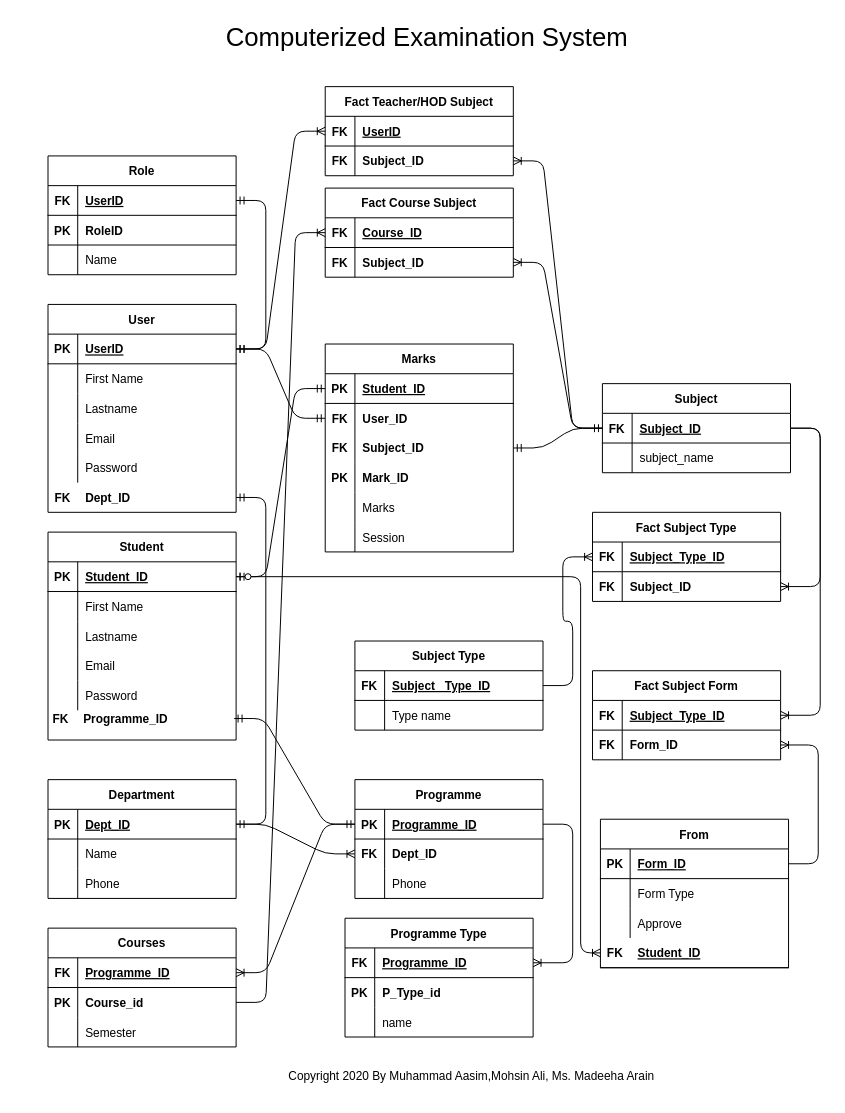
Earlier version of the draw.io diagram Diagrams/ERD.drawio (MohsinAliSoomro/CES). Source tidied: cells renumbered, new cells numbered last; positions are measured from the earlier drawing's top-left corner, leaving out a move shared by most shapes. Both pictures are drawn from the tidied source at 99%, with x=0, y=0 at pixel (46, 17).
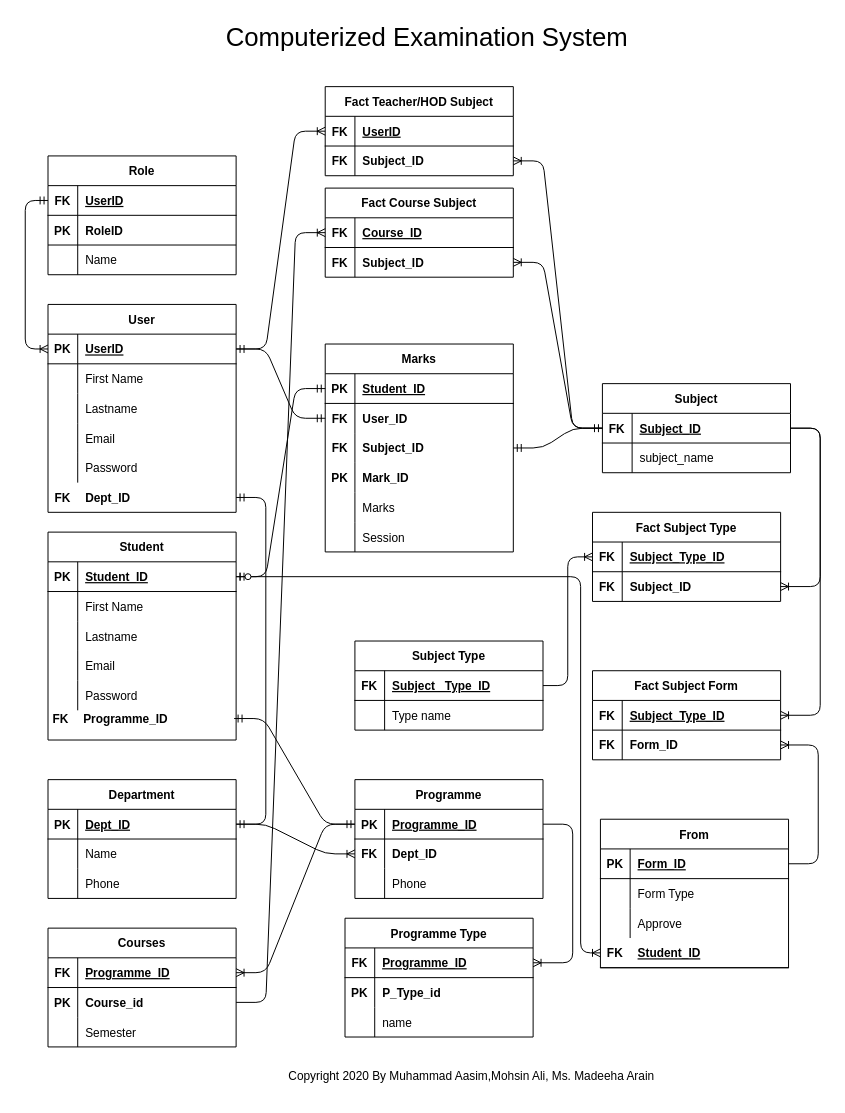
After the change.

Commit message:
Role Reltationship modified

The change refers to these unchanged cells:
```xml
<mxCell id="4" style="shape=partialRectangle;fillColor=none;top=0;left=0;bottom=1;right=0;points=[[0,0.5],[1,0.5]];portConstraint=eastwest;" parent="3" vertex="1">
  <mxGeometry y="30" width="190" height="30" as="geometry" />
</mxCell>
<mxCell id="39" style="shape=partialRectangle;fillColor=none;top=0;left=0;bottom=1;right=0;points=[[0,0.5],[1,0.5]];portConstraint=eastwest;" parent="38" vertex="1">
  <mxGeometry y="30" width="190" height="30" as="geometry" />
</mxCell>
<mxCell id="106" style="shape=partialRectangle;fillColor=none;top=0;left=0;bottom=1;right=0;points=[[0,0.5],[1,0.5]];portConstraint=eastwest;" parent="105" vertex="1">
  <mxGeometry y="30" width="190" height="30" as="geometry" />
</mxCell>
<mxCell id="113" style="shape=partialRectangle;fillColor=none;top=0;left=0;bottom=1;right=0;points=[[0,0.5],[1,0.5]];portConstraint=eastwest;" parent="112" vertex="1">
  <mxGeometry y="30" width="190" height="30" as="geometry" />
</mxCell>
```

Diff of the diagram source:
```diff
@@
-    <mxCell id="14" style="edgeStyle=entityRelationEdgeStyle;fontSize=12;html=1;endArrow=ERmandOne;startArrow=ERmandOne;" parent="1" edge="1" source="39" target="4">
-      <mxGeometry relative="1" as="geometry" />
-    </mxCell>
@@
-    <mxCell id="120" style="edgeStyle=entityRelationEdgeStyle;fontSize=12;html=1;endArrow=ERoneToMany;" parent="1" edge="1" source="106" target="113">
+    <mxCell id="120" style="edgeStyle=orthogonalEdgeStyle;fontSize=12;html=1;endArrow=ERoneToMany;" parent="1" edge="1" source="106" target="113">
       <mxGeometry relative="1" as="geometry" />
     </mxCell>
@@
+    <mxCell id="190" value="&amp;nbsp; &amp;nbsp;" style="text;html=1;align=center;verticalAlign=middle;" parent="1" vertex="1">
+      <mxGeometry x="184" y="170" width="30" height="20" as="geometry" />
+    </mxCell>
+    <mxCell id="191" style="edgeStyle=orthogonalEdgeStyle;fontSize=12;html=1;endArrow=ERoneToMany;startArrow=ERmandOne;" parent="1" edge="1" source="4" target="39">
+      <mxGeometry relative="1" as="geometry">
+        <Array as="points">
+          <mxPoint x="-21" y="185" />
+          <mxPoint x="-21" y="335" />
+        </Array>
+      </mxGeometry>
+    </mxCell>
```
